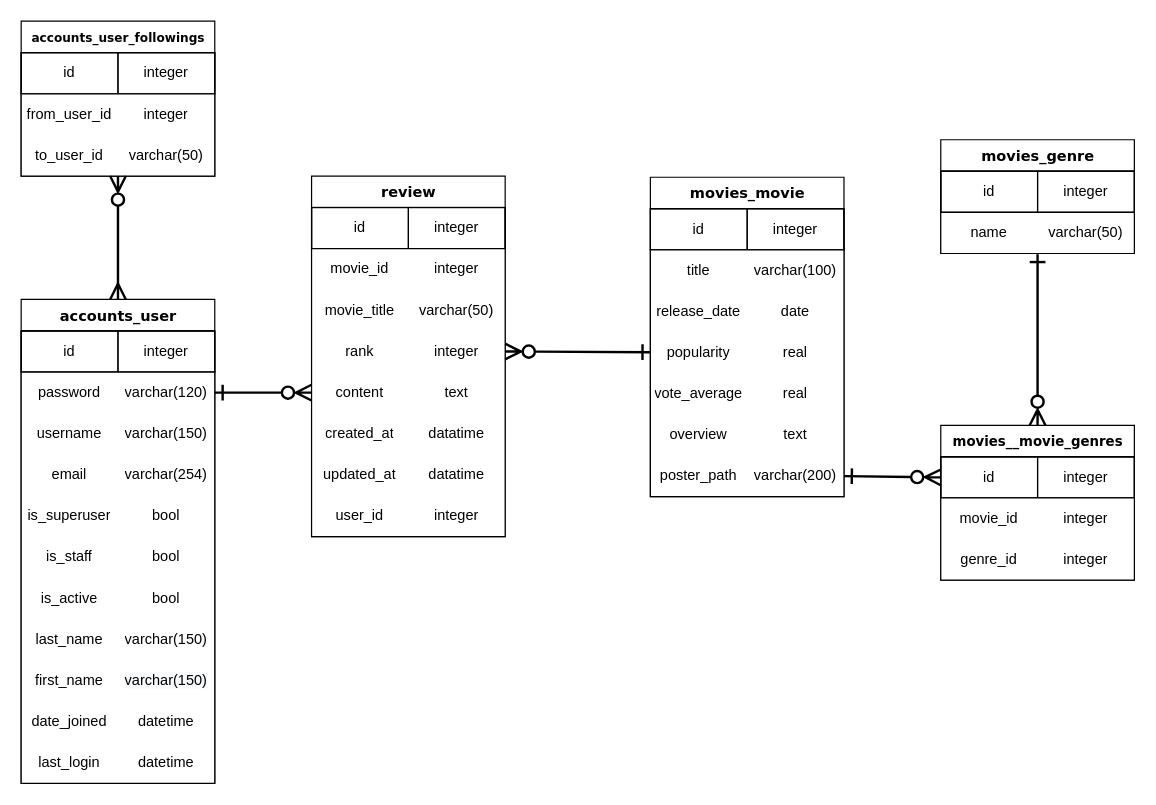
cjfal2/fin_yukim keeps this draw.io diagram as 제목 없는 다이어그램.drawio. Above is the earlier version. Source tidied: cells renumbered, new cells numbered last; positions are measured from the earlier drawing's top-left corner, leaving out a move shared by most shapes. Both pictures are drawn from the tidied source at 121%, with x=0, y=0 at pixel (21, 21).
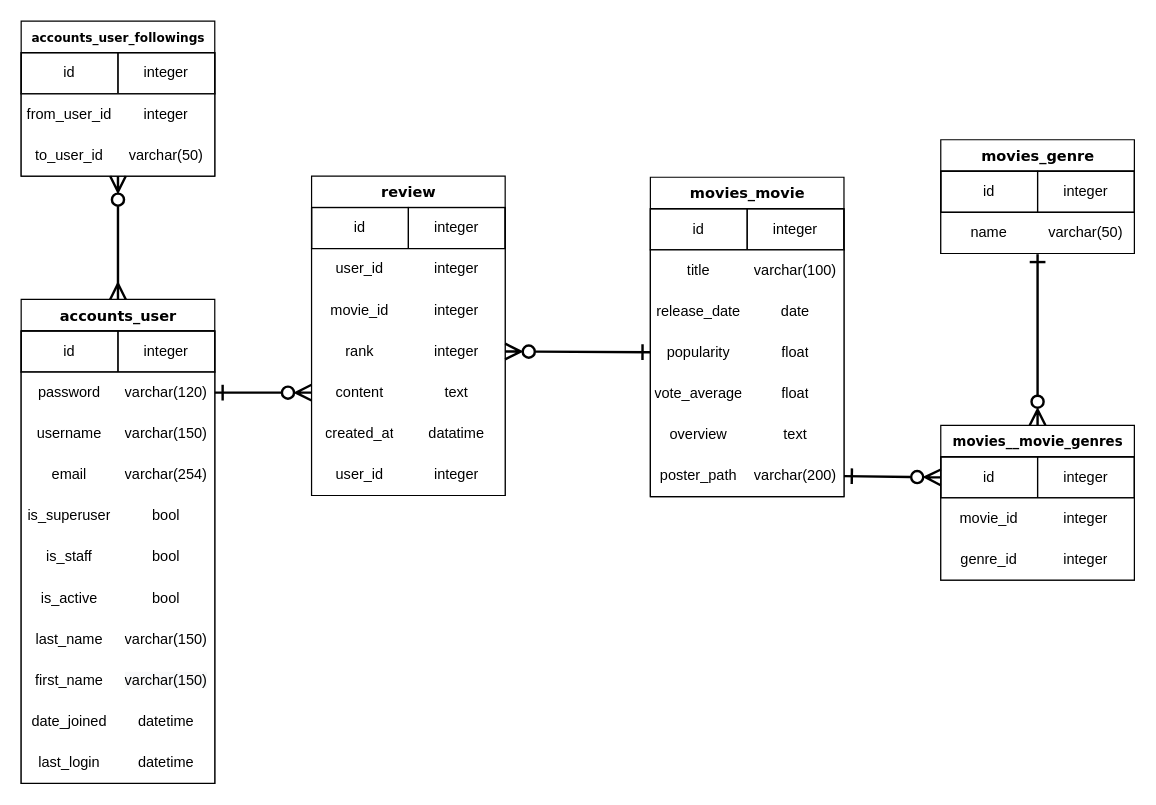
The same diagram, later.

Commit message:
제목 없는 다이어그램.drawio 업데이트

The change refers to these unchanged cells:
```xml
<mxCell id="93" style="shape=tableRow;horizontal=0;startSize=0;swimlaneHead=0;swimlaneBody=0;top=0;left=0;bottom=0;right=0;fillColor=none;points=[[0,0.5],[1,0.5]];portConstraint=eastwest;rounded=0;" parent="86" vertex="1">
  <mxGeometry y="68" width="160" height="34" as="geometry" />
</mxCell>
<mxCell id="96" style="shape=tableRow;horizontal=0;startSize=0;swimlaneHead=0;swimlaneBody=0;top=0;left=0;bottom=0;right=0;fillColor=none;rounded=0;" parent="86" vertex="1">
  <mxGeometry y="102" width="160" height="34" as="geometry" />
</mxCell>
```

Diff of the diagram source:
```diff
@@
     <mxCell id="2" value="review" style="swimlane;html=1;fontStyle=1;align=center;verticalAlign=top;horizontal=1;startSize=26;swimlaneFillColor=#ffffff;rounded=0;shadow=0;comic=0;labelBackgroundColor=none;strokeWidth=1;fillColor=none;fontFamily=Verdana;fontSize=12;" parent="1" vertex="1">
-      <mxGeometry x="240" y="128" width="160" height="298" as="geometry" />
+      <mxGeometry x="240" y="128" width="160" height="264" as="geometry" />
     </mxCell>
@@
     <mxCell id="8" style="shape=table;html=1;whiteSpace=wrap;startSize=0;childLayout=tableLayout;columnLines=0;rowLines=0;rounded=0;" parent="2" vertex="1">
-      <mxGeometry y="60" width="160" height="238" as="geometry" />
+      <mxGeometry y="60" width="160" height="204" as="geometry" />
     </mxCell>
+    <mxCell id="133" style="shape=tableRow;horizontal=0;startSize=0;swimlaneHead=0;swimlaneBody=0;top=0;left=0;bottom=0;right=0;fillColor=none;rounded=0;" parent="8" vertex="1">
+      <mxGeometry width="160" height="34" as="geometry" />
+    </mxCell>
+    <mxCell id="134" value="user_id" style="shape=partialRectangle;html=1;whiteSpace=wrap;fillColor=none;top=0;left=0;bottom=0;right=0;overflow=hidden;fontSize=12;rounded=0;" parent="133" vertex="1">
+      <mxGeometry width="80" height="34" as="geometry" />
+    </mxCell>
+    <mxCell id="135" value="integer" style="shape=partialRectangle;html=1;whiteSpace=wrap;fillColor=none;top=0;left=0;bottom=0;right=0;overflow=hidden;fontSize=12;rounded=0;" parent="133" vertex="1">
+      <mxGeometry x="80" width="80" height="34" as="geometry" />
+    </mxCell>
     <mxCell id="9" style="shape=tableRow;horizontal=0;startSize=0;swimlaneHead=0;swimlaneBody=0;top=0;left=0;bottom=0;right=0;fillColor=none;rounded=0;" parent="8" vertex="1">
-      <mxGeometry width="160" height="34" as="geometry" />
+      <mxGeometry y="34" width="160" height="34" as="geometry" />
     </mxCell>
@@
-    <mxCell id="12" style="shape=tableRow;horizontal=0;startSize=0;swimlaneHead=0;swimlaneBody=0;top=0;left=0;bottom=0;right=0;fillColor=none;rounded=0;" parent="8" vertex="1">
-      <mxGeometry y="34" width="160" height="34" as="geometry" />
-    </mxCell>
-    <mxCell id="13" value="movie_title" style="shape=partialRectangle;html=1;whiteSpace=wrap;fillColor=none;top=0;left=0;bottom=0;right=0;overflow=hidden;fontSize=12;rounded=0;" parent="12" vertex="1">
-      <mxGeometry width="80" height="34" as="geometry" />
-    </mxCell>
-    <mxCell id="14" value="varchar(50)" style="shape=partialRectangle;html=1;whiteSpace=wrap;fillColor=none;top=0;left=0;bottom=0;right=0;overflow=hidden;fontSize=12;rounded=0;" parent="12" vertex="1">
-      <mxGeometry x="80" width="80" height="34" as="geometry" />
-    </mxCell>
@@
-    <mxCell id="24" style="shape=tableRow;horizontal=0;startSize=0;swimlaneHead=0;swimlaneBody=0;top=0;left=0;bottom=0;right=0;fillColor=none;rounded=0;" parent="8" vertex="1">
-      <mxGeometry y="170" width="160" height="34" as="geometry" />
-    </mxCell>
-    <mxCell id="25" value="updated_at" style="shape=partialRectangle;html=1;whiteSpace=wrap;fillColor=none;top=0;left=0;bottom=0;right=0;overflow=hidden;fontSize=12;rounded=0;" parent="24" vertex="1">
-      <mxGeometry width="80" height="34" as="geometry" />
-    </mxCell>
-    <mxCell id="26" value="datatime" style="shape=partialRectangle;html=1;whiteSpace=wrap;fillColor=none;top=0;left=0;bottom=0;right=0;overflow=hidden;fontSize=12;rounded=0;" parent="24" vertex="1">
-      <mxGeometry x="80" width="80" height="34" as="geometry" />
-    </mxCell>
     <mxCell id="27" style="shape=tableRow;horizontal=0;startSize=0;swimlaneHead=0;swimlaneBody=0;top=0;left=0;bottom=0;right=0;fillColor=none;rounded=0;" parent="8" vertex="1">
-      <mxGeometry y="204" width="160" height="34" as="geometry" />
+      <mxGeometry y="170" width="160" height="34" as="geometry" />
     </mxCell>
@@
-    <mxCell id="95" value="real" style="shape=partialRectangle;html=1;whiteSpace=wrap;fillColor=none;top=0;left=0;bottom=0;right=0;overflow=hidden;fontSize=12;rounded=0;" parent="93" vertex="1">
+    <mxCell id="95" value="float" style="shape=partialRectangle;html=1;whiteSpace=wrap;fillColor=none;top=0;left=0;bottom=0;right=0;overflow=hidden;fontSize=12;rounded=0;" parent="93" vertex="1">
       <mxGeometry x="80" width="80" height="34" as="geometry" />
     </mxCell>
@@
-    <mxCell id="98" value="real" style="shape=partialRectangle;html=1;whiteSpace=wrap;fillColor=none;top=0;left=0;bottom=0;right=0;overflow=hidden;fontSize=12;rounded=0;" parent="96" vertex="1">
+    <mxCell id="98" value="float" style="shape=partialRectangle;html=1;whiteSpace=wrap;fillColor=none;top=0;left=0;bottom=0;right=0;overflow=hidden;fontSize=12;rounded=0;" parent="96" vertex="1">
       <mxGeometry x="80" width="80" height="34" as="geometry" />
     </mxCell>
```
